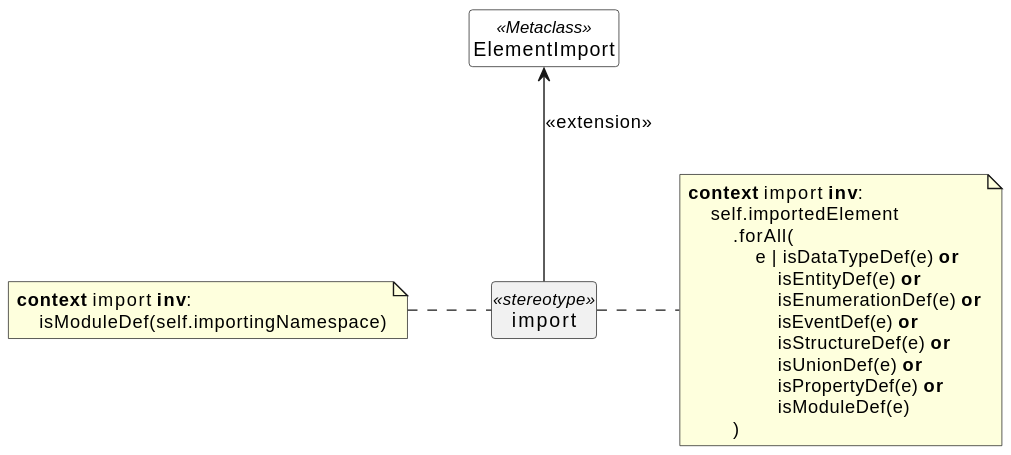
sdm-lang/tree-sitter-sdml keeps this PlantUML diagram as docs/uml-ex-imports-profile.svg. Above is the earlier version. The source it was exported from:
```plantuml
@startuml
skinparam backgroundColor transparent
skinparam style strictuml
skinparam linetype polyline
skinparam nodesep 60

hide circle
hide members

class ElementImport <<Metaclass>> #white {}

class import <<stereotype>> {}

import -up-> ElementImport: <<extension>>

note left of import
**context** import **inv**:
    isModuleDef(self.importingNamespace)
end note

note right of import
**context** import **inv**:
    self.importedElement
        .forAll(
            e | isDataTypeDef(e) **or**
                isEntityDef(e) **or**
                isEnumerationDef(e) **or**
                isEventDef(e) **or**
                isStructureDef(e) **or**
                isUnionDef(e) **or**
                isPropertyDef(e) **or**
                isModuleDef(e)
        )
end note
@enduml
```
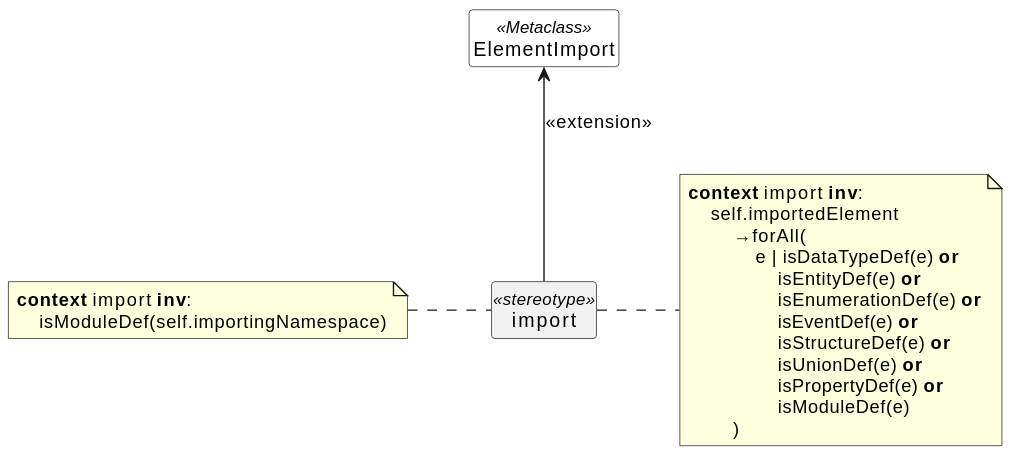
The same file after the commit.

What changed in the source:
```diff
@@ -21,7 +21,7 @@
 note right of import
 **context** import **inv**:
     self.importedElement
-        .forAll(
+        →forAll(
             e | isDataTypeDef(e) **or**
                 isEntityDef(e) **or**
                 isEnumerationDef(e) **or**
```
